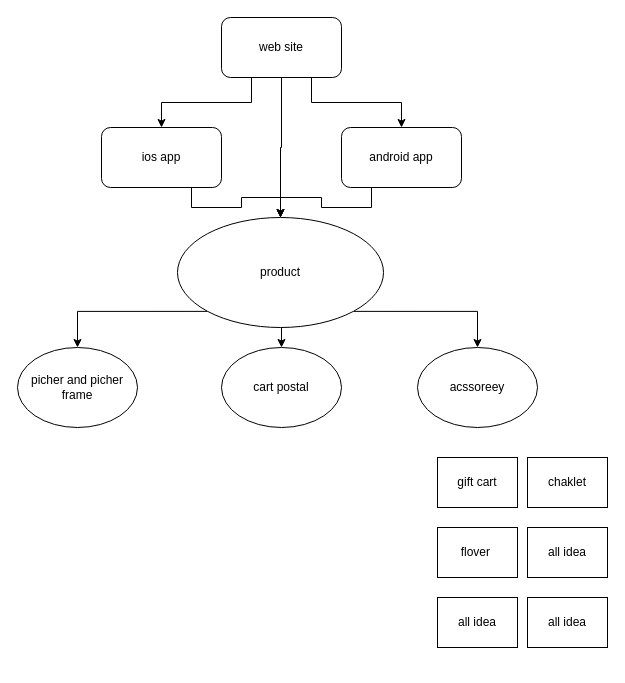
Above: Untitled Diagram.drawio in beyazcreative/Library (draw.io), before the change. Source tidied: cells renumbered, new cells numbered last; positions are measured from the earlier drawing's top-left corner, leaving out a move shared by most shapes. Both pictures are drawn from the tidied source at 100%, with x=0, y=0 at pixel (17, 17).
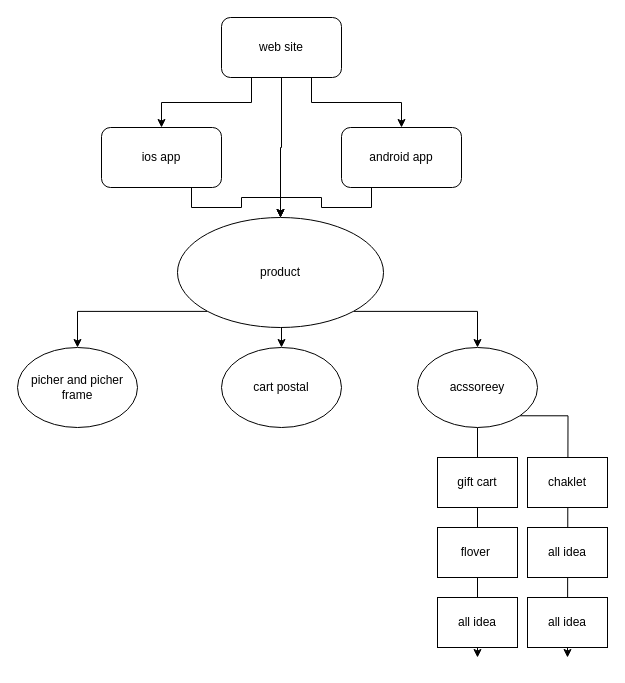
After the change.

The change refers to these unchanged cells:
```xml
<mxCell id="16" value="acssoreey" style="ellipse;whiteSpace=wrap;html=1;" parent="1" vertex="1">
  <mxGeometry x="400" y="330" width="120" height="80" as="geometry" />
</mxCell>
```

The edit, as a diff of the source:
```diff
@@
+    <mxCell id="23" style="edgeStyle=orthogonalEdgeStyle;rounded=0;jettySize=auto;html=1;exitX=0.5;exitY=1;exitDx=0;exitDy=0;" parent="1" edge="1" source="16">
+      <mxGeometry relative="1" as="geometry">
+        <mxPoint x="460" y="640" as="targetPoint" />
+      </mxGeometry>
+    </mxCell>
+    <mxCell id="24" style="edgeStyle=orthogonalEdgeStyle;rounded=0;jettySize=auto;html=1;exitX=1;exitY=1;exitDx=0;exitDy=0;" parent="1" edge="1" source="16">
+      <mxGeometry relative="1" as="geometry">
+        <mxPoint x="550" y="640" as="targetPoint" />
+      </mxGeometry>
+    </mxCell>
```
